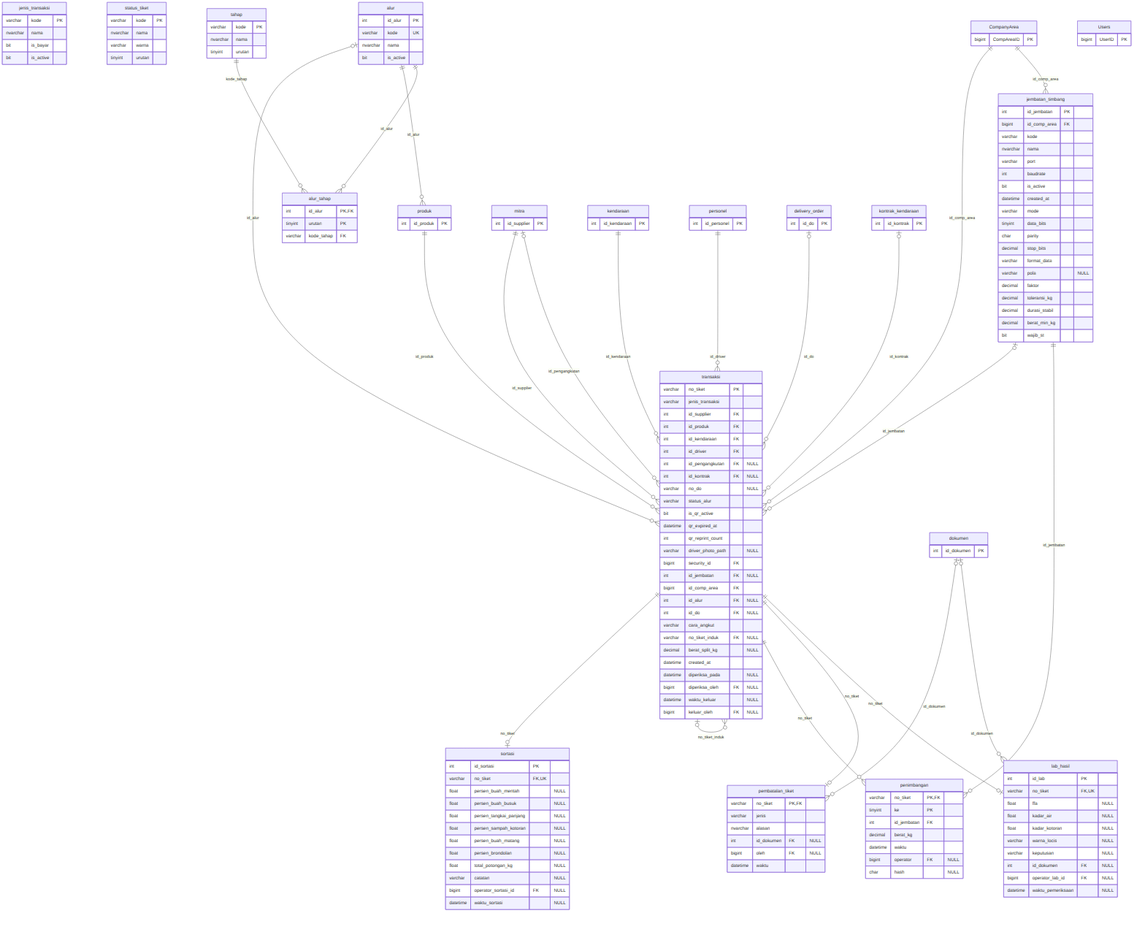
This is docs/erd/04_proses_tiket.png from aetheriin/timbangan_sawit_v2, a Mermaid export, as it was before one commit. Its source is kept beside it as docs/erd/04_proses_tiket.mmd.
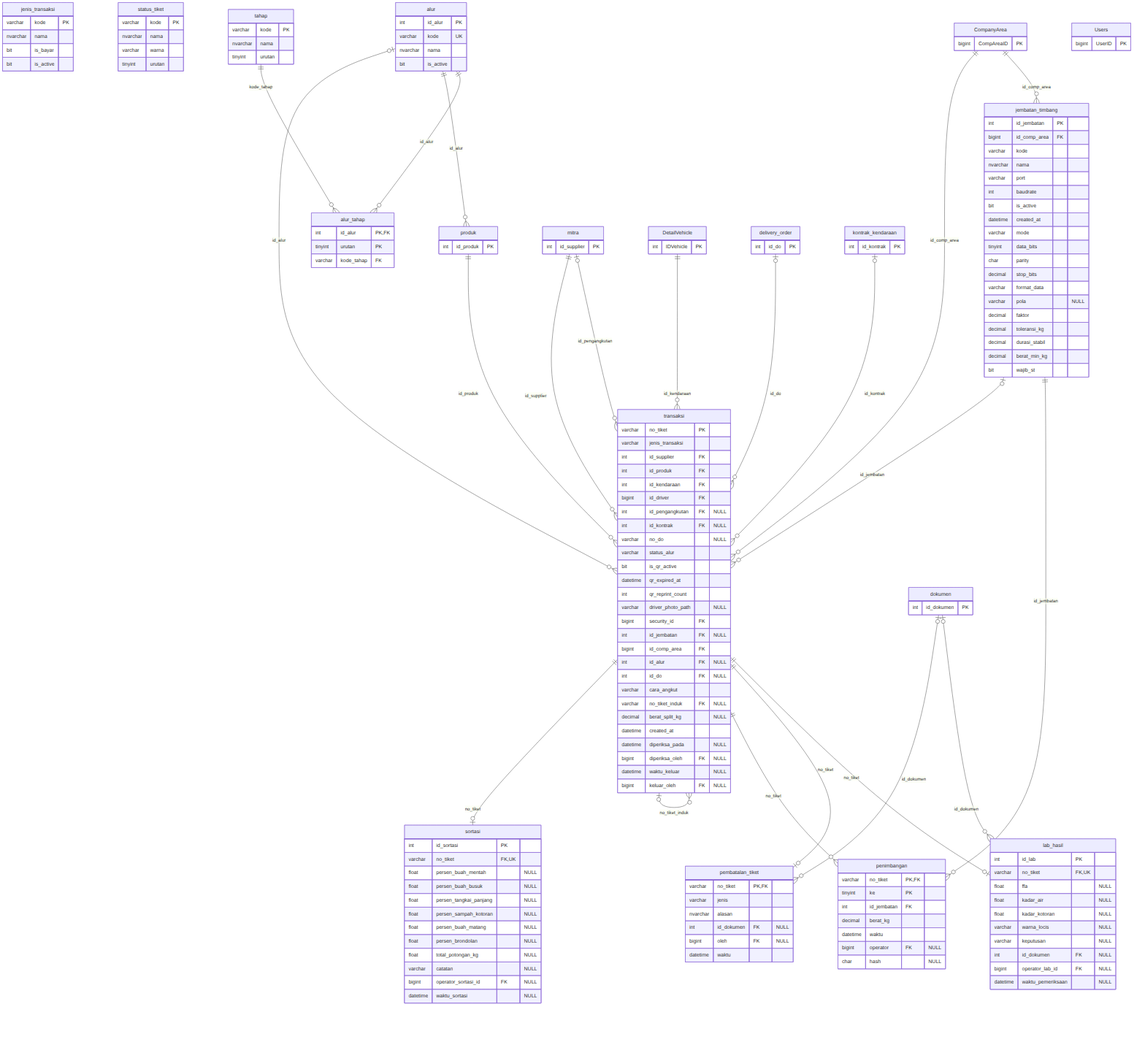
The same file after the commit.

Diff of the diagram source:
```diff
@@ -5,7 +5,7 @@
         int id_supplier FK
         int id_produk FK
         int id_kendaraan FK
-        int id_driver FK
+        bigint id_driver FK
         int id_pengangkutan FK "NULL"
         int id_kontrak FK "NULL"
         varchar no_do "NULL"
@@ -129,11 +129,8 @@
     mitra {
         int id_supplier PK
     }
-    kendaraan {
-        int id_kendaraan PK
-    }
-    personel {
-        int id_personel PK
+    DetailVehicle {
+        int IDVehicle PK
     }
     delivery_order {
         int id_do PK
@@ -161,9 +158,8 @@
     alur |o--o{ transaksi : "id_alur"
     CompanyArea ||--o{ transaksi : "id_comp_area"
     delivery_order |o--o{ transaksi : "id_do"
-    personel ||--o{ transaksi : "id_driver"
     jembatan_timbang |o--o{ transaksi : "id_jembatan"
-    kendaraan ||--o{ transaksi : "id_kendaraan"
+    DetailVehicle ||--o{ transaksi : "id_kendaraan"
     kontrak_kendaraan |o--o{ transaksi : "id_kontrak"
     mitra |o--o{ transaksi : "id_pengangkutan"
     produk ||--o{ transaksi : "id_produk"
```
